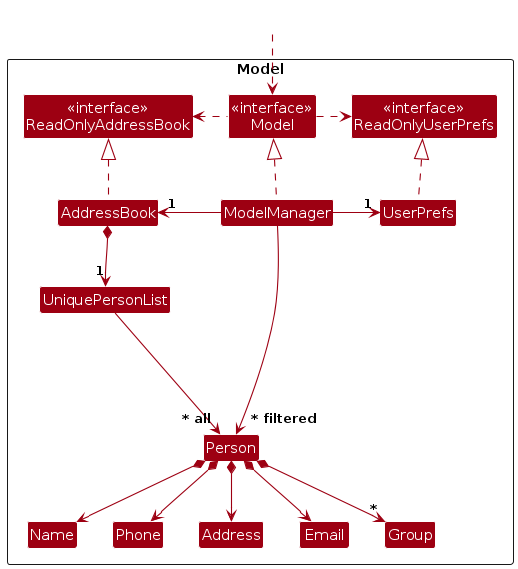
Earlier version of the PlantUML export diagrams/ModelClassDiagram.png (jocelyn-soh/tp). Its source is kept beside it as diagrams/ModelClassDiagram.puml.
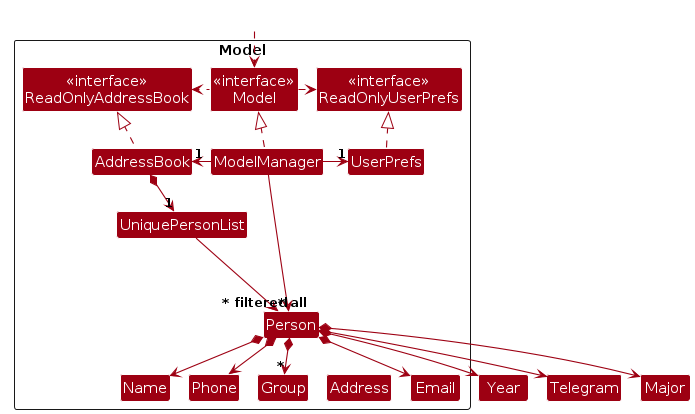
Later version of the same file.

What changed in the source:
```diff
@@ -1,4 +1,5 @@
 @startuml
+!pragma layout smetana
 !include style.puml
 skinparam arrowThickness 1.1
 skinparam arrowColor MODEL_COLOR
@@ -40,7 +41,9 @@
 Person *--> Name
 Person *--> Phone
 Person *--> Email
-Person *--> Address
+Person *--> Year
+Person *--> Telegram
+Person *--> Major
 Person *--> "*" Group
 
 Person -[hidden]up--> I
```
